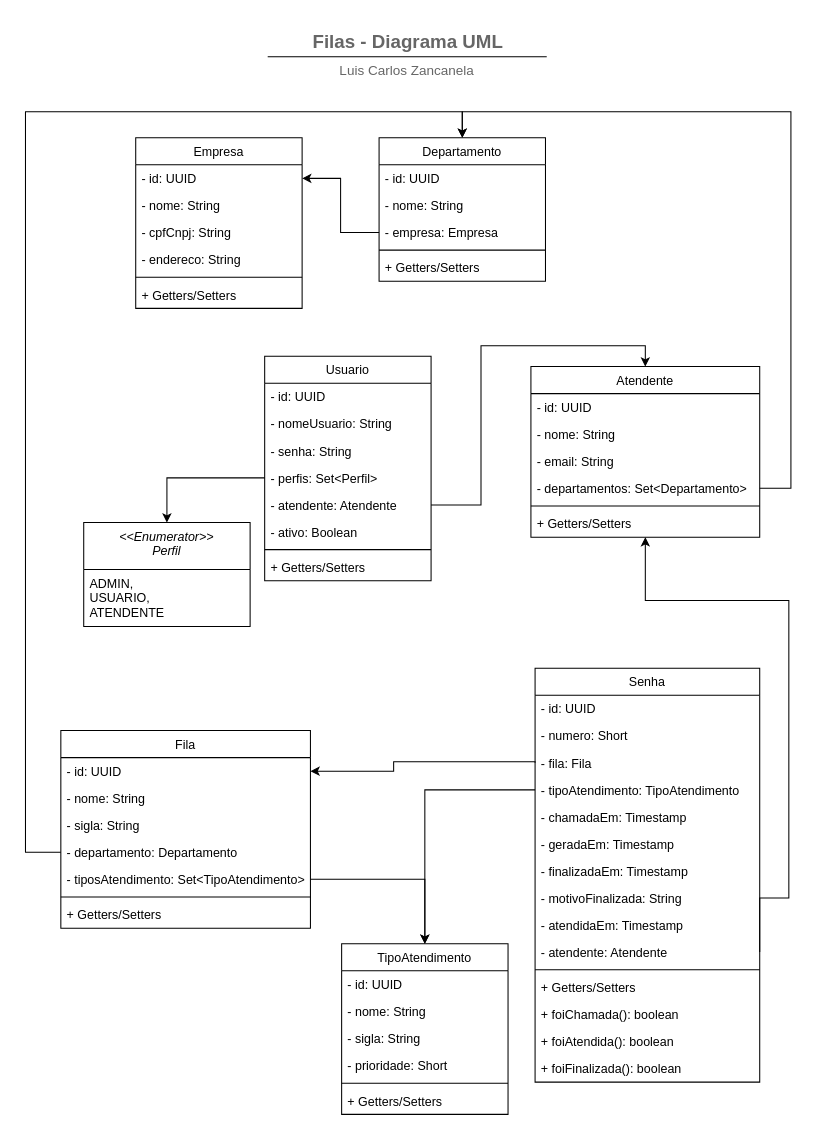
didifive/queue-service-api keeps this draw.io diagram as docs/uml-diagram.drawio. Above is the earlier version. Source tidied: cells renumbered, new cells numbered last; positions are measured from the earlier drawing's top-left corner, leaving out a move shared by most shapes. Both pictures are drawn from the tidied source at 104%, with x=0, y=0 at pixel (25, 18).
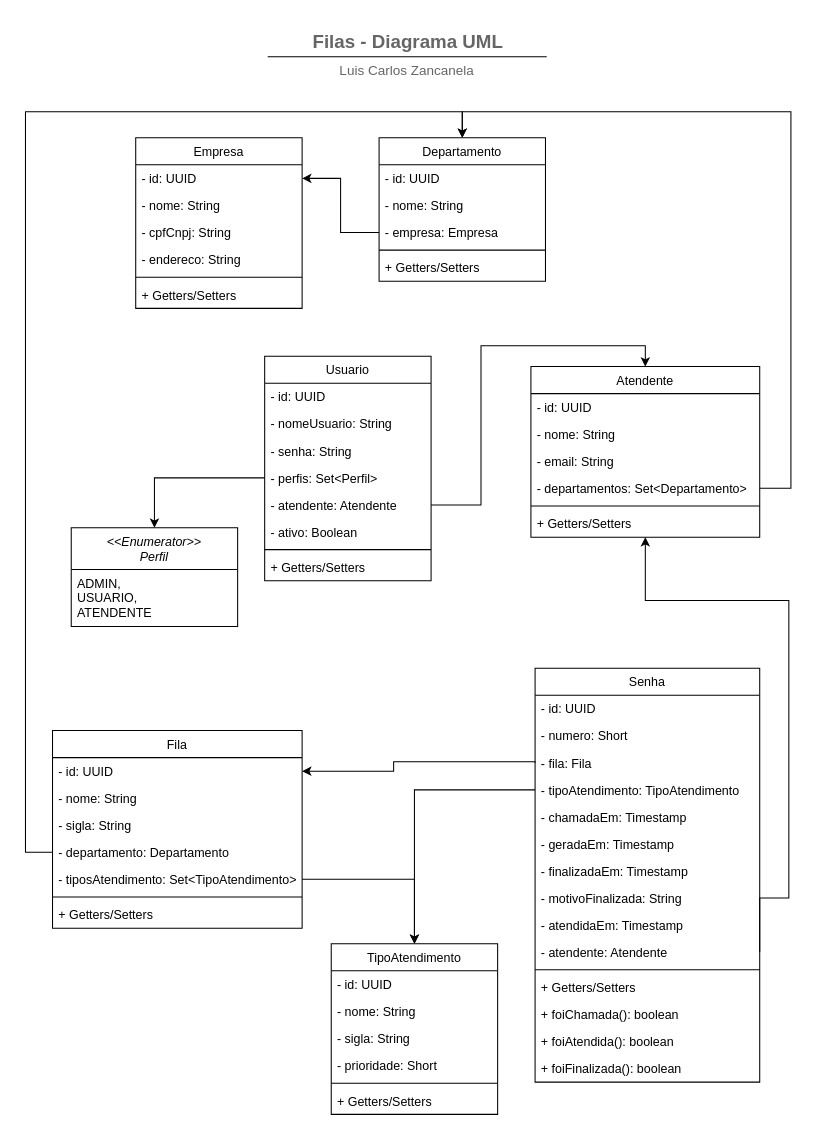
Above is the later version.

The change refers to these unchanged cells:
```xml
<mxCell id="23" value="- tipoAtendimento: TipoAtendimento" style="text;align=left;verticalAlign=top;spacingLeft=4;spacingRight=4;overflow=hidden;points=[[0,0.5],[1,0.5]];portConstraint=eastwest;" parent="19" vertex="1">
  <mxGeometry y="104" width="216" height="26" as="geometry" />
</mxCell>
```

Change to the diagram source:
```diff
@@
     <mxCell id="10" value="Fila" style="swimlane;fontStyle=0;align=center;verticalAlign=top;horizontal=1;startSize=26;rounded=0;shadow=0;strokeWidth=1;" parent="1" vertex="1">
-      <mxGeometry x="34" y="685" width="240" height="190" as="geometry" />
+      <mxGeometry x="26" y="685" width="240" height="190" as="geometry" />
     </mxCell>
@@
-    <mxCell id="51" value="&lt;&lt;Enumerator&gt;&gt;&#10;Perfil" style="swimlane;fontStyle=2;align=center;verticalAlign=top;horizontal=1;startSize=45;rounded=0;shadow=0;strokeWidth=1;" parent="1" vertex="1">
-      <mxGeometry x="56" y="485" width="160" height="100" as="geometry" />
+    <mxCell id="51" value="&lt;&lt;Enumerator&gt;&gt;&#10;Perfil" style="swimlane;fontStyle=2;align=center;verticalAlign=top;horizontal=1;startSize=40;rounded=0;shadow=0;strokeWidth=1;" parent="1" vertex="1">
+      <mxGeometry x="44" y="490" width="160" height="95" as="geometry" />
     </mxCell>
     <mxCell id="52" value="ADMIN, &#10;USUARIO, &#10;ATENDENTE" style="text;align=left;verticalAlign=top;spacingLeft=4;spacingRight=4;overflow=hidden;" parent="51" vertex="1">
-      <mxGeometry y="45" width="160" height="55" as="geometry" />
+      <mxGeometry y="40" width="160" height="55" as="geometry" />
     </mxCell>
@@
     <mxCell id="65" value="TipoAtendimento" style="swimlane;fontStyle=0;align=center;verticalAlign=top;horizontal=1;startSize=26;rounded=0;shadow=0;strokeWidth=1;" parent="1" vertex="1">
-      <mxGeometry x="304" y="890" width="160" height="164" as="geometry" />
+      <mxGeometry x="294" y="890" width="160" height="164" as="geometry" />
     </mxCell>
@@
     <mxCell id="76" style="edgeStyle=orthogonalEdgeStyle;rounded=0;jettySize=auto;html=1;entryX=0.5;entryY=0;entryDx=0;entryDy=0;startArrow=none;startFill=0;endArrow=classic;endFill=1;exitX=0;exitY=0.5;exitDx=0;exitDy=0;" parent="1" edge="1" source="23" target="65">
       <mxGeometry relative="1" as="geometry">
         <Array as="points">
-          <mxPoint x="384" y="742" />
+          <mxPoint x="374" y="742" />
         </Array>
       </mxGeometry>
     </mxCell>
```
